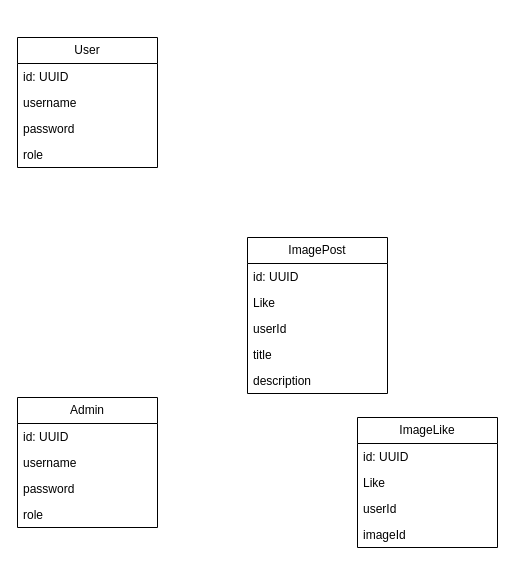
Before: erd.drawio in dgdecorso/backend-imageTest, a draw.io diagram. Source tidied: cells renumbered, new cells numbered last; positions are measured from the earlier drawing's top-left corner, leaving out a move shared by most shapes. Both pictures are drawn from the tidied source at 100%, with x=0, y=0 at pixel (17, 37).
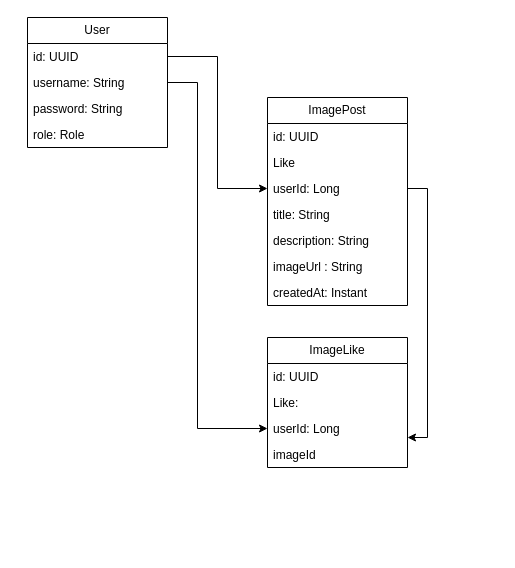
The same page after the edit.

Unchanged cells that the change refers to:
```xml
<mxCell id="3" value="id: UUID" style="text;strokeColor=none;fillColor=none;align=left;verticalAlign=top;spacingLeft=4;spacingRight=4;overflow=hidden;points=[[0,0.5],[1,0.5]];portConstraint=eastwest;whiteSpace=wrap;html=1;" parent="2" vertex="1">
  <mxGeometry y="26" width="140" height="26" as="geometry" />
</mxCell>
```

Change to the diagram source:
```diff
@@
     <mxCell id="2" value="User" style="swimlane;fontStyle=0;horizontal=1;startSize=26;fillColor=none;whiteSpace=wrap;html=1;" parent="1" vertex="1">
-      <mxGeometry width="140" height="130" as="geometry" />
+      <mxGeometry x="10" y="-20" width="140" height="130" as="geometry" />
     </mxCell>
@@
-    <mxCell id="4" value="username" style="text;strokeColor=none;fillColor=none;align=left;verticalAlign=top;spacingLeft=4;spacingRight=4;overflow=hidden;points=[[0,0.5],[1,0.5]];portConstraint=eastwest;whiteSpace=wrap;html=1;" parent="2" vertex="1">
+    <mxCell id="4" value="username: String" style="text;strokeColor=none;fillColor=none;align=left;verticalAlign=top;spacingLeft=4;spacingRight=4;overflow=hidden;points=[[0,0.5],[1,0.5]];portConstraint=eastwest;whiteSpace=wrap;html=1;" parent="2" vertex="1">
       <mxGeometry y="52" width="140" height="26" as="geometry" />
     </mxCell>
-    <mxCell id="5" value="password" style="text;strokeColor=none;fillColor=none;align=left;verticalAlign=top;spacingLeft=4;spacingRight=4;overflow=hidden;whiteSpace=wrap;html=1;" parent="2" vertex="1">
+    <mxCell id="5" value="password: String" style="text;strokeColor=none;fillColor=none;align=left;verticalAlign=top;spacingLeft=4;spacingRight=4;overflow=hidden;whiteSpace=wrap;html=1;" parent="2" vertex="1">
       <mxGeometry y="78" width="140" height="26" as="geometry" />
     </mxCell>
-    <mxCell id="6" value="role" style="text;strokeColor=none;fillColor=none;align=left;verticalAlign=top;spacingLeft=4;spacingRight=4;overflow=hidden;whiteSpace=wrap;html=1;" parent="2" vertex="1">
+    <mxCell id="6" value="role:&amp;nbsp;Role" style="text;strokeColor=none;fillColor=none;align=left;verticalAlign=top;spacingLeft=4;spacingRight=4;overflow=hidden;whiteSpace=wrap;html=1;" parent="2" vertex="1">
       <mxGeometry y="104" width="140" height="26" as="geometry" />
     </mxCell>
     <mxCell id="7" value="ImagePost" style="swimlane;fontStyle=0;horizontal=1;startSize=26;fillColor=none;whiteSpace=wrap;html=1;" parent="1" vertex="1">
-      <mxGeometry x="230" y="200" width="140" height="156" as="geometry" />
+      <mxGeometry x="250" y="60" width="140" height="208" as="geometry" />
     </mxCell>
@@
-    <mxCell id="10" value="userId" style="text;strokeColor=none;fillColor=none;align=left;verticalAlign=top;spacingLeft=4;spacingRight=4;overflow=hidden;points=[[0,0.5],[1,0.5]];portConstraint=eastwest;whiteSpace=wrap;html=1;" parent="7" vertex="1">
+    <mxCell id="10" value="userId: Long" style="text;strokeColor=none;fillColor=none;align=left;verticalAlign=top;spacingLeft=4;spacingRight=4;overflow=hidden;points=[[0,0.5],[1,0.5]];portConstraint=eastwest;whiteSpace=wrap;html=1;" parent="7" vertex="1">
       <mxGeometry y="78" width="140" height="26" as="geometry" />
     </mxCell>
-    <mxCell id="11" value="title" style="text;strokeColor=none;fillColor=none;align=left;verticalAlign=top;spacingLeft=4;spacingRight=4;overflow=hidden;whiteSpace=wrap;html=1;" parent="7" vertex="1">
+    <mxCell id="11" value="title: String" style="text;strokeColor=none;fillColor=none;align=left;verticalAlign=top;spacingLeft=4;spacingRight=4;overflow=hidden;whiteSpace=wrap;html=1;" parent="7" vertex="1">
       <mxGeometry y="104" width="140" height="26" as="geometry" />
     </mxCell>
-    <mxCell id="12" value="description" style="text;strokeColor=none;fillColor=none;align=left;verticalAlign=top;spacingLeft=4;spacingRight=4;overflow=hidden;whiteSpace=wrap;html=1;" parent="7" vertex="1">
+    <mxCell id="12" value="description: String" style="text;strokeColor=none;fillColor=none;align=left;verticalAlign=top;spacingLeft=4;spacingRight=4;overflow=hidden;whiteSpace=wrap;html=1;" parent="7" vertex="1">
       <mxGeometry y="130" width="140" height="26" as="geometry" />
     </mxCell>
-    <mxCell id="13" value="Admin" style="swimlane;fontStyle=0;horizontal=1;startSize=26;fillColor=none;whiteSpace=wrap;html=1;" parent="1" vertex="1">
-      <mxGeometry y="360" width="140" height="130" as="geometry" />
-    </mxCell>
-    <mxCell id="14" value="id: UUID" style="text;strokeColor=none;fillColor=none;align=left;verticalAlign=top;spacingLeft=4;spacingRight=4;overflow=hidden;whiteSpace=wrap;html=1;" parent="13" vertex="1">
-      <mxGeometry y="26" width="140" height="26" as="geometry" />
-    </mxCell>
-    <mxCell id="15" value="username" style="text;strokeColor=none;fillColor=none;align=left;verticalAlign=top;spacingLeft=4;spacingRight=4;overflow=hidden;whiteSpace=wrap;html=1;" parent="13" vertex="1">
-      <mxGeometry y="52" width="140" height="26" as="geometry" />
-    </mxCell>
-    <mxCell id="16" value="password" style="text;strokeColor=none;fillColor=none;align=left;verticalAlign=top;spacingLeft=4;spacingRight=4;overflow=hidden;whiteSpace=wrap;html=1;" parent="13" vertex="1">
-      <mxGeometry y="78" width="140" height="26" as="geometry" />
-    </mxCell>
-    <mxCell id="17" value="role" style="text;strokeColor=none;fillColor=none;align=left;verticalAlign=top;spacingLeft=4;spacingRight=4;overflow=hidden;whiteSpace=wrap;html=1;" parent="13" vertex="1">
-      <mxGeometry y="104" width="140" height="26" as="geometry" />
-    </mxCell>
+    <mxCell id="23" value="imageUrl : String" style="text;strokeColor=none;fillColor=none;align=left;verticalAlign=top;spacingLeft=4;spacingRight=4;overflow=hidden;whiteSpace=wrap;html=1;" parent="7" vertex="1">
+      <mxGeometry y="156" width="140" height="26" as="geometry" />
+    </mxCell>
+    <mxCell id="24" value="createdAt: Instant" style="text;strokeColor=none;fillColor=none;align=left;verticalAlign=top;spacingLeft=4;spacingRight=4;overflow=hidden;whiteSpace=wrap;html=1;" parent="7" vertex="1">
+      <mxGeometry y="182" width="140" height="26" as="geometry" />
+    </mxCell>
     <mxCell id="18" value="ImageLike" style="swimlane;fontStyle=0;horizontal=1;startSize=26;fillColor=none;whiteSpace=wrap;html=1;" parent="1" vertex="1">
-      <mxGeometry x="340" y="380" width="140" height="130" as="geometry" />
+      <mxGeometry x="250" y="300" width="140" height="130" as="geometry" />
     </mxCell>
@@
-    <mxCell id="20" value="Like&amp;nbsp;" style="text;strokeColor=none;fillColor=none;align=left;verticalAlign=top;spacingLeft=4;spacingRight=4;overflow=hidden;whiteSpace=wrap;html=1;" parent="18" vertex="1">
+    <mxCell id="20" value="Like:" style="text;strokeColor=none;fillColor=none;align=left;verticalAlign=top;spacingLeft=4;spacingRight=4;overflow=hidden;whiteSpace=wrap;html=1;" parent="18" vertex="1">
       <mxGeometry y="52" width="140" height="26" as="geometry" />
     </mxCell>
-    <mxCell id="21" value="userId" style="text;strokeColor=none;fillColor=none;align=left;verticalAlign=top;spacingLeft=4;spacingRight=4;overflow=hidden;points=[[0,0.5],[1,0.5]];portConstraint=eastwest;whiteSpace=wrap;html=1;" parent="18" vertex="1">
+    <mxCell id="21" value="userId: Long" style="text;strokeColor=none;fillColor=none;align=left;verticalAlign=top;spacingLeft=4;spacingRight=4;overflow=hidden;points=[[0,0.5],[1,0.5]];portConstraint=eastwest;whiteSpace=wrap;html=1;" parent="18" vertex="1">
       <mxGeometry y="78" width="140" height="26" as="geometry" />
     </mxCell>
@@
+    <mxCell id="25" style="edgeStyle=orthogonalEdgeStyle;rounded=0;jettySize=auto;html=1;exitX=1;exitY=0.5;exitDx=0;exitDy=0;entryX=0;entryY=0.5;entryDx=0;entryDy=0;" parent="1" edge="1" source="3" target="10">
+      <mxGeometry relative="1" as="geometry" />
+    </mxCell>
+    <mxCell id="26" style="edgeStyle=orthogonalEdgeStyle;rounded=0;jettySize=auto;html=1;exitX=1;exitY=0.5;exitDx=0;exitDy=0;entryX=1;entryY=0.846;entryDx=0;entryDy=0;entryPerimeter=0;" parent="1" edge="1" source="10" target="21">
+      <mxGeometry relative="1" as="geometry" />
+    </mxCell>
+    <mxCell id="27" style="edgeStyle=orthogonalEdgeStyle;rounded=0;jettySize=auto;html=1;exitX=1;exitY=0.5;exitDx=0;exitDy=0;" parent="1" edge="1" source="4" target="21">
+      <mxGeometry relative="1" as="geometry">
+        <Array as="points">
+          <mxPoint x="180" y="45" />
+          <mxPoint x="180" y="391" />
+        </Array>
+      </mxGeometry>
+    </mxCell>
```
